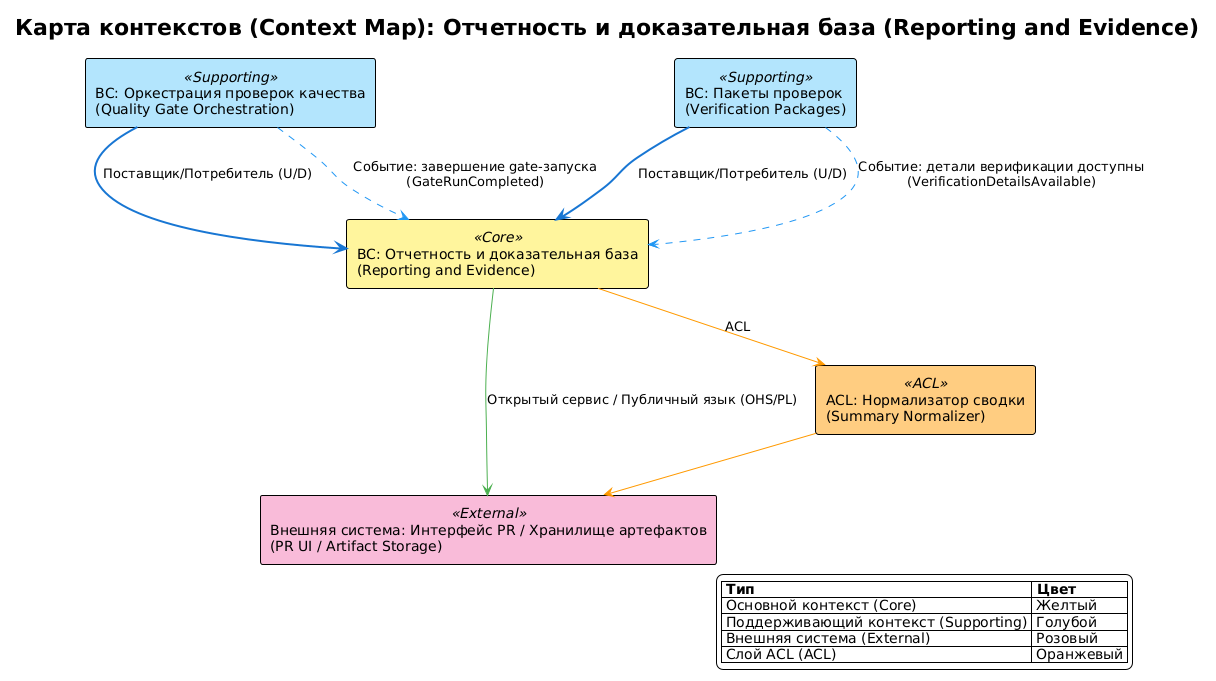
The PlantUML diagram docs/requirements/сценарии/reporting-and-evidence/diagrams/context-map.png in Druk83/RRDCS, before a commit.
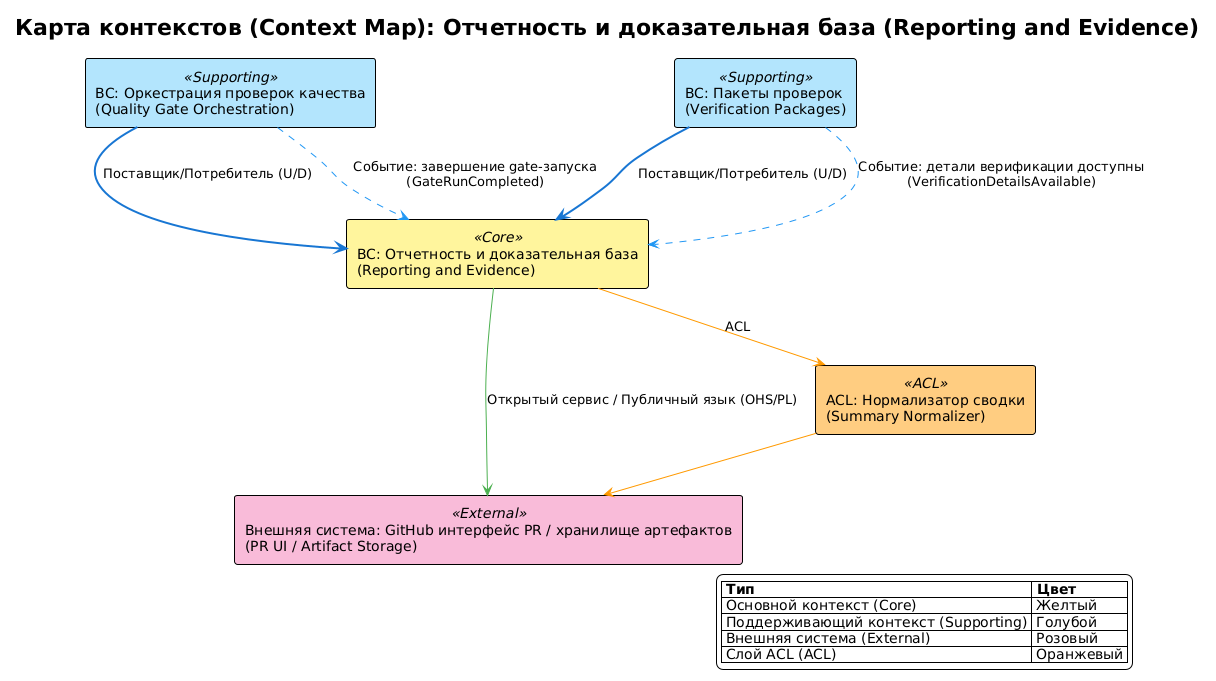
The same file after the commit.

Change to the diagram source:
```diff
@@ -14,7 +14,7 @@
 component "BC: Отчетность и доказательная база\n(Reporting and Evidence)" as RE <<Core>>
 component "BC: Оркестрация проверок качества\n(Quality Gate Orchestration)" as QGO <<Supporting>>
 component "BC: Пакеты проверок\n(Verification Packages)" as VP <<Supporting>>
-component "Внешняя система: Интерфейс PR / Хранилище артефактов\n(PR UI / Artifact Storage)" as UI <<External>>
+component "Внешняя система: GitHub интерфейс PR / хранилище артефактов\n(PR UI / Artifact Storage)" as UI <<External>>
 component "ACL: Нормализатор сводки\n(Summary Normalizer)" as ACL1 <<ACL>>
 
 QGO -[#1976D2,thickness=2]-> RE : Поставщик/Потребитель (U/D)
```
